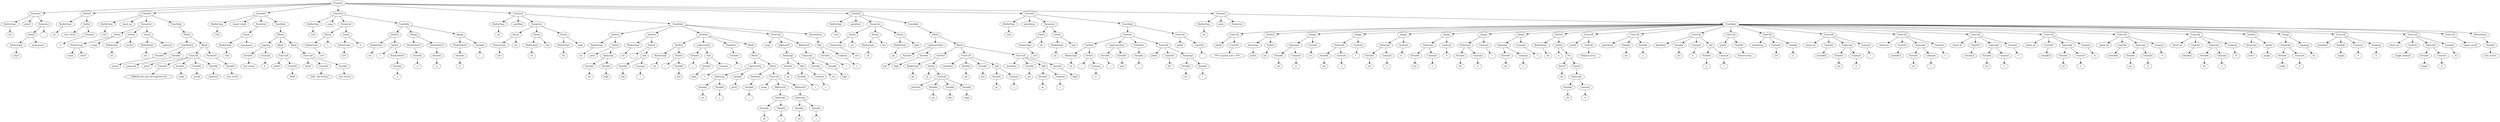
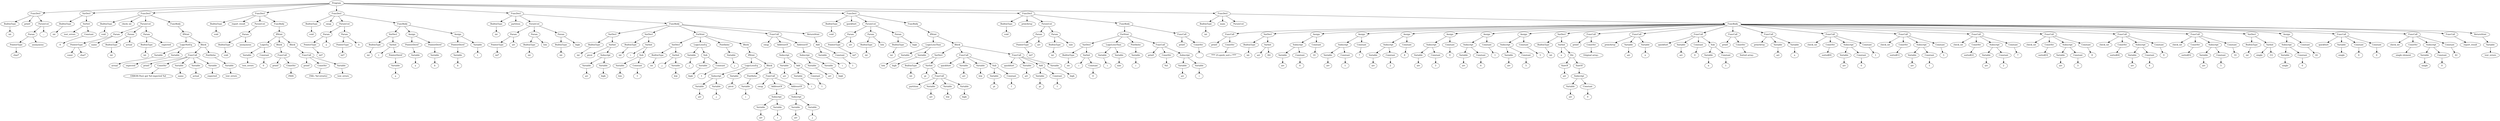
digraph {
Program [label = Program]
Program -> FuncDecl_0
FuncDecl_0 [label = FuncDecl]
FuncDecl_0 -> BuiltinType_1
BuiltinType_1 [label = BuiltinType]
"int_1" [label = "int"]
BuiltinType_1 -> "int_1"
printf_0[ label = printf]
FuncDecl_0 -> printf_0
FuncDecl_0 -> ParamList_2
ParamList_2 [label = ParamList]
ParamList_2 -> Param_3
Param_3 [label = Param]
Param_3 -> PointerType_4
PointerType_4 [label = PointerType]
"char*_4" [label = "char*"]
PointerType_4 -> "char*_4"
anonymous_3 [label = anonymous]
Param_3 -> anonymous_3
"..._2" [label = "..."]
ParamList_2 -> "..._2"
Program -> VarDecl_5
VarDecl_5 [label = VarDecl]
VarDecl_5 -> BuiltinType_6
BuiltinType_6 [label = BuiltinType]
"int_6" [label = "int"]
BuiltinType_6 -> "int_6"
VarDecl_5 -> VarInit_7
VarInit_7 [label = VarInit]
test_errors_7 [label = test_errors]
VarInit_7 -> test_errors_7
VarInit_7 -> Constant_8
Constant_8 [label = Constant]
int_8 [label = "0"]
Constant_8 -> int_8
Program -> FuncDecl_9
FuncDecl_9 [label = FuncDecl]
FuncDecl_9 -> BuiltinType_10
BuiltinType_10 [label = BuiltinType]
"void_10" [label = "void"]
BuiltinType_10 -> "void_10"
check_int_9[ label = check_int]
FuncDecl_9 -> check_int_9
FuncDecl_9 -> ParamList_11
ParamList_11 [label = ParamList]
ParamList_11 -> Param_12
Param_12 [label = Param]
Param_12 -> PointerType_13
PointerType_13 [label = PointerType]
const_13 [label = const]
PointerType_13 -> const_13
"char*_13" [label = "char*"]
PointerType_13 -> "char*_13"
name_12 [label = name]
Param_12 -> name_12
ParamList_11 -> Param_14
Param_14 [label = Param]
Param_14 -> BuiltinType_15
BuiltinType_15 [label = BuiltinType]
"int_15" [label = "int"]
BuiltinType_15 -> "int_15"
actual_14 [label = actual]
Param_14 -> actual_14
ParamList_11 -> Param_16
Param_16 [label = Param]
Param_16 -> BuiltinType_17
BuiltinType_17 [label = BuiltinType]
"int_17" [label = "int"]
BuiltinType_17 -> "int_17"
expected_16 [label = expected]
Param_16 -> expected_16
FuncDecl_9 -> FuncBody_18
FuncBody_18 [label = FuncBody]
FuncBody_18 -> IfStmt_19
IfStmt_19 [label = IfStmt]
IfStmt_19 -> LogicNotEq_20
LogicNotEq_20 [label = LogicNotEq]
LogicNotEq_20 -> Variable_21
Variable_21 [label = Variable]
actual_21 [label = actual]
Variable_21 -> actual_21
LogicNotEq_20 -> Variable_22
Variable_22 [label = Variable]
expected_22 [label = expected]
Variable_22 -> expected_22
IfStmt_19 -> Block_23
Block_23 [label = Block]
Block_23 -> FuncCall_24
FuncCall_24 [label = FuncCall]
printf_24[ label = printf]
FuncCall_24 -> printf_24
FuncCall_24 -> ConstStr_25
ConstStr_25 [label = ConstStr]
str_25 [label = "ERROR [%s]: got %d expected %d"]
ConstStr_25 -> str_25
FuncCall_24 -> Variable_26
Variable_26 [label = Variable]
name_26 [label = name]
Variable_26 -> name_26
FuncCall_24 -> Variable_27
Variable_27 [label = Variable]
actual_27 [label = actual]
Variable_27 -> actual_27
FuncCall_24 -> Variable_28
Variable_28 [label = Variable]
expected_28 [label = expected]
Variable_28 -> expected_28
Block_23 -> PostfixInc_29
PostfixInc_29 [label = PostfixInc]
PostfixInc_29 -> Variable_30
Variable_30 [label = Variable]
test_errors_30 [label = test_errors]
Variable_30 -> test_errors_30
Program -> FuncDecl_31
FuncDecl_31 [label = FuncDecl]
FuncDecl_31 -> BuiltinType_32
BuiltinType_32 [label = BuiltinType]
"void_32" [label = "void"]
BuiltinType_32 -> "void_32"
report_result_31[ label = report_result]
FuncDecl_31 -> report_result_31
FuncDecl_31 -> ParamList_33
ParamList_33 [label = ParamList]
ParamList_33 -> Param_34
Param_34 [label = Param]
Param_34 -> BuiltinType_35
BuiltinType_35 [label = BuiltinType]
"void_35" [label = "void"]
BuiltinType_35 -> "void_35"
anonymous_34 [label = anonymous]
Param_34 -> anonymous_34
FuncDecl_31 -> FuncBody_36
FuncBody_36 [label = FuncBody]
FuncBody_36 -> IfStmt_37
IfStmt_37 [label = IfStmt]
IfStmt_37 -> LogicEq_38
LogicEq_38 [label = LogicEq]
LogicEq_38 -> Variable_39
Variable_39 [label = Variable]
test_errors_39 [label = test_errors]
Variable_39 -> test_errors_39
LogicEq_38 -> Constant_40
Constant_40 [label = Constant]
int_40 [label = "0"]
Constant_40 -> int_40
IfStmt_37 -> Block_41
Block_41 [label = Block]
Block_41 -> FuncCall_42
FuncCall_42 [label = FuncCall]
printf_42[ label = printf]
FuncCall_42 -> printf_42
FuncCall_42 -> ConstStr_43
ConstStr_43 [label = ConstStr]
str_43 [label = "PASS"]
ConstStr_43 -> str_43
IfStmt_37 -> Block_44
Block_44 [label = Block]
Block_44 -> FuncCall_45
FuncCall_45 [label = FuncCall]
printf_45[ label = printf]
FuncCall_45 -> printf_45
FuncCall_45 -> ConstStr_46
ConstStr_46 [label = ConstStr]
str_46 [label = "FAIL: %d error(s)"]
ConstStr_46 -> str_46
FuncCall_45 -> Variable_47
Variable_47 [label = Variable]
test_errors_47 [label = test_errors]
Variable_47 -> test_errors_47
Program -> FuncDecl_48
FuncDecl_48 [label = FuncDecl]
FuncDecl_48 -> BuiltinType_49
BuiltinType_49 [label = BuiltinType]
"void_49" [label = "void"]
BuiltinType_49 -> "void_49"
swap_48[ label = swap]
FuncDecl_48 -> swap_48
FuncDecl_48 -> ParamList_50
ParamList_50 [label = ParamList]
ParamList_50 -> Param_51
Param_51 [label = Param]
Param_51 -> PointerType_52
PointerType_52 [label = PointerType]
"int*_52" [label = "int*"]
PointerType_52 -> "int*_52"
a_51 [label = a]
Param_51 -> a_51
ParamList_50 -> Param_53
Param_53 [label = Param]
Param_53 -> PointerType_54
PointerType_54 [label = PointerType]
"int*_54" [label = "int*"]
PointerType_54 -> "int*_54"
b_53 [label = b]
Param_53 -> b_53
FuncDecl_48 -> FuncBody_55
FuncBody_55 [label = FuncBody]
FuncBody_55 -> VarDecl_56
VarDecl_56 [label = VarDecl]
VarDecl_56 -> BuiltinType_57
BuiltinType_57 [label = BuiltinType]
"int_57" [label = "int"]
BuiltinType_57 -> "int_57"
VarDecl_56 -> VarInit_58
VarInit_58 [label = VarInit]
t_58 [label = t]
VarInit_58 -> t_58
VarInit_58 -> PointerDeref_59
PointerDeref_59 [label = PointerDeref]
PointerDeref_59 -> Variable_60
Variable_60 [label = Variable]
a_60 [label = a]
Variable_60 -> a_60
FuncBody_55 -> Assign_61
Assign_61 [label = Assign]
Assign_61 -> PointerDeref_62
PointerDeref_62 [label = PointerDeref]
PointerDeref_62 -> Variable_63
Variable_63 [label = Variable]
a_63 [label = a]
Variable_63 -> a_63
Assign_61 -> PointerDeref_64
PointerDeref_64 [label = PointerDeref]
PointerDeref_64 -> Variable_65
Variable_65 [label = Variable]
b_65 [label = b]
Variable_65 -> b_65
FuncBody_55 -> Assign_66
Assign_66 [label = Assign]
Assign_66 -> PointerDeref_67
PointerDeref_67 [label = PointerDeref]
PointerDeref_67 -> Variable_68
Variable_68 [label = Variable]
b_68 [label = b]
Variable_68 -> b_68
Assign_66 -> Variable_69
Variable_69 [label = Variable]
t_69 [label = t]
Variable_69 -> t_69
Program -> FuncDecl_70
FuncDecl_70 [label = FuncDecl]
FuncDecl_70 -> BuiltinType_71
BuiltinType_71 [label = BuiltinType]
"int_71" [label = "int"]
BuiltinType_71 -> "int_71"
partition_70[ label = partition]
FuncDecl_70 -> partition_70
FuncDecl_70 -> ParamList_72
ParamList_72 [label = ParamList]
ParamList_72 -> Param_73
Param_73 [label = Param]
Param_73 -> PointerType_74
PointerType_74 [label = PointerType]
"int*_74" [label = "int*"]
PointerType_74 -> "int*_74"
arr_73 [label = arr]
Param_73 -> arr_73
ParamList_72 -> Param_75
Param_75 [label = Param]
Param_75 -> BuiltinType_76
BuiltinType_76 [label = BuiltinType]
"int_76" [label = "int"]
BuiltinType_76 -> "int_76"
low_75 [label = low]
Param_75 -> low_75
ParamList_72 -> Param_77
Param_77 [label = Param]
Param_77 -> BuiltinType_78
BuiltinType_78 [label = BuiltinType]
"int_78" [label = "int"]
BuiltinType_78 -> "int_78"
high_77 [label = high]
Param_77 -> high_77
FuncDecl_70 -> FuncBody_79
FuncBody_79 [label = FuncBody]
FuncBody_79 -> VarDecl_80
VarDecl_80 [label = VarDecl]
VarDecl_80 -> BuiltinType_81
BuiltinType_81 [label = BuiltinType]
"int_81" [label = "int"]
BuiltinType_81 -> "int_81"
VarDecl_80 -> VarInit_82
VarInit_82 [label = VarInit]
pivot_82 [label = pivot]
VarInit_82 -> pivot_82
VarInit_82 -> Subscript_83
Subscript_83 [label = Subscript]
Subscript_83 -> Variable_84
Variable_84 [label = Variable]
arr_84 [label = arr]
Variable_84 -> arr_84
Subscript_83 -> Variable_85
Variable_85 [label = Variable]
high_85 [label = high]
Variable_85 -> high_85
FuncBody_79 -> VarDecl_86
VarDecl_86 [label = VarDecl]
VarDecl_86 -> BuiltinType_87
BuiltinType_87 [label = BuiltinType]
"int_87" [label = "int"]
BuiltinType_87 -> "int_87"
VarDecl_86 -> VarInit_88
VarInit_88 [label = VarInit]
i_88 [label = i]
VarInit_88 -> i_88
VarInit_88 -> Sub_89
Sub_89 [label = Sub]
Sub_89 -> Variable_90
Variable_90 [label = Variable]
low_90 [label = low]
Variable_90 -> low_90
Sub_89 -> Constant_91
Constant_91 [label = Constant]
int_91 [label = "1"]
Constant_91 -> int_91
FuncBody_79 -> ForStmt_92
ForStmt_92 [label = ForStmt]
ForStmt_92 -> VarDecl_93
VarDecl_93 [label = VarDecl]
VarDecl_93 -> BuiltinType_94
BuiltinType_94 [label = BuiltinType]
"int_94" [label = "int"]
BuiltinType_94 -> "int_94"
VarDecl_93 -> VarInit_95
VarInit_95 [label = VarInit]
j_95 [label = j]
VarInit_95 -> j_95
VarInit_95 -> Variable_96
Variable_96 [label = Variable]
low_96 [label = low]
Variable_96 -> low_96
ForStmt_92 -> LogicLessEq_97
LogicLessEq_97 [label = LogicLessEq]
LogicLessEq_97 -> Variable_98
Variable_98 [label = Variable]
j_98 [label = j]
Variable_98 -> j_98
LogicLessEq_97 -> Sub_99
Sub_99 [label = Sub]
Sub_99 -> Variable_100
Variable_100 [label = Variable]
high_100 [label = high]
Variable_100 -> high_100
Sub_99 -> Constant_101
Constant_101 [label = Constant]
int_101 [label = "1"]
Constant_101 -> int_101
ForStmt_92 -> PostfixInc_102
PostfixInc_102 [label = PostfixInc]
PostfixInc_102 -> Variable_103
Variable_103 [label = Variable]
j_103 [label = j]
Variable_103 -> j_103
ForStmt_92 -> Block_104
Block_104 [label = Block]
Block_104 -> IfStmt_105
IfStmt_105 [label = IfStmt]
IfStmt_105 -> LogicLessEq_106
LogicLessEq_106 [label = LogicLessEq]
LogicLessEq_106 -> Subscript_107
Subscript_107 [label = Subscript]
Subscript_107 -> Variable_108
Variable_108 [label = Variable]
arr_108 [label = arr]
Variable_108 -> arr_108
Subscript_107 -> Variable_109
Variable_109 [label = Variable]
j_109 [label = j]
Variable_109 -> j_109
LogicLessEq_106 -> Variable_110
Variable_110 [label = Variable]
pivot_110 [label = pivot]
Variable_110 -> pivot_110
IfStmt_105 -> Block_111
Block_111 [label = Block]
Block_111 -> PostfixInc_112
PostfixInc_112 [label = PostfixInc]
PostfixInc_112 -> Variable_113
Variable_113 [label = Variable]
i_113 [label = i]
Variable_113 -> i_113
Block_111 -> FuncCall_114
FuncCall_114 [label = FuncCall]
swap_114[ label = swap]
FuncCall_114 -> swap_114
FuncCall_114 -> AddressOf_115
AddressOf_115 [label = AddressOf]
AddressOf_115 -> Subscript_116
Subscript_116 [label = Subscript]
Subscript_116 -> Variable_117
Variable_117 [label = Variable]
arr_117 [label = arr]
Variable_117 -> arr_117
Subscript_116 -> Variable_118
Variable_118 [label = Variable]
i_118 [label = i]
Variable_118 -> i_118
FuncCall_114 -> AddressOf_119
AddressOf_119 [label = AddressOf]
AddressOf_119 -> Subscript_120
Subscript_120 [label = Subscript]
Subscript_120 -> Variable_121
Variable_121 [label = Variable]
arr_121 [label = arr]
Variable_121 -> arr_121
Subscript_120 -> Variable_122
Variable_122 [label = Variable]
j_122 [label = j]
Variable_122 -> j_122
FuncBody_79 -> FuncCall_123
FuncCall_123 [label = FuncCall]
swap_123[ label = swap]
FuncCall_123 -> swap_123
FuncCall_123 -> AddressOf_124
AddressOf_124 [label = AddressOf]
AddressOf_124 -> Subscript_125
Subscript_125 [label = Subscript]
Subscript_125 -> Variable_126
Variable_126 [label = Variable]
arr_126 [label = arr]
Variable_126 -> arr_126
Subscript_125 -> Add_127
Add_127 [label = Add]
Add_127 -> Variable_128
Variable_128 [label = Variable]
i_128 [label = i]
Variable_128 -> i_128
Add_127 -> Constant_129
Constant_129 [label = Constant]
int_129 [label = "1"]
Constant_129 -> int_129
FuncCall_123 -> AddressOf_130
AddressOf_130 [label = AddressOf]
AddressOf_130 -> Subscript_131
Subscript_131 [label = Subscript]
Subscript_131 -> Variable_132
Variable_132 [label = Variable]
arr_132 [label = arr]
Variable_132 -> arr_132
Subscript_131 -> Variable_133
Variable_133 [label = Variable]
high_133 [label = high]
Variable_133 -> high_133
FuncBody_79 -> ReturnStmt_134
ReturnStmt_134 [label = ReturnStmt]
ReturnStmt_134 -> Add_135
Add_135 [label = Add]
Add_135 -> Variable_136
Variable_136 [label = Variable]
i_136 [label = i]
Variable_136 -> i_136
Add_135 -> Constant_137
Constant_137 [label = Constant]
int_137 [label = "1"]
Constant_137 -> int_137
Program -> FuncDecl_138
FuncDecl_138 [label = FuncDecl]
FuncDecl_138 -> BuiltinType_139
BuiltinType_139 [label = BuiltinType]
"void_139" [label = "void"]
BuiltinType_139 -> "void_139"
quickSort_138[ label = quickSort]
FuncDecl_138 -> quickSort_138
FuncDecl_138 -> ParamList_140
ParamList_140 [label = ParamList]
ParamList_140 -> Param_141
Param_141 [label = Param]
Param_141 -> PointerType_142
PointerType_142 [label = PointerType]
"int*_142" [label = "int*"]
PointerType_142 -> "int*_142"
arr_141 [label = arr]
Param_141 -> arr_141
ParamList_140 -> Param_143
Param_143 [label = Param]
Param_143 -> BuiltinType_144
BuiltinType_144 [label = BuiltinType]
"int_144" [label = "int"]
BuiltinType_144 -> "int_144"
low_143 [label = low]
Param_143 -> low_143
ParamList_140 -> Param_145
Param_145 [label = Param]
Param_145 -> BuiltinType_146
BuiltinType_146 [label = BuiltinType]
"int_146" [label = "int"]
BuiltinType_146 -> "int_146"
high_145 [label = high]
Param_145 -> high_145
FuncDecl_138 -> FuncBody_147
FuncBody_147 [label = FuncBody]
FuncBody_147 -> IfStmt_148
IfStmt_148 [label = IfStmt]
IfStmt_148 -> LogicLessThan_149
LogicLessThan_149 [label = LogicLessThan]
LogicLessThan_149 -> Variable_150
Variable_150 [label = Variable]
low_150 [label = low]
Variable_150 -> low_150
LogicLessThan_149 -> Variable_151
Variable_151 [label = Variable]
high_151 [label = high]
Variable_151 -> high_151
IfStmt_148 -> Block_152
Block_152 [label = Block]
Block_152 -> VarDecl_153
VarDecl_153 [label = VarDecl]
VarDecl_153 -> BuiltinType_154
BuiltinType_154 [label = BuiltinType]
"int_154" [label = "int"]
BuiltinType_154 -> "int_154"
VarDecl_153 -> VarInit_155
VarInit_155 [label = VarInit]
pi_155 [label = pi]
VarInit_155 -> pi_155
VarInit_155 -> FuncCall_156
FuncCall_156 [label = FuncCall]
partition_156[ label = partition]
FuncCall_156 -> partition_156
FuncCall_156 -> Variable_157
Variable_157 [label = Variable]
arr_157 [label = arr]
Variable_157 -> arr_157
FuncCall_156 -> Variable_158
Variable_158 [label = Variable]
low_158 [label = low]
Variable_158 -> low_158
FuncCall_156 -> Variable_159
Variable_159 [label = Variable]
high_159 [label = high]
Variable_159 -> high_159
Block_152 -> FuncCall_160
FuncCall_160 [label = FuncCall]
quickSort_160[ label = quickSort]
FuncCall_160 -> quickSort_160
FuncCall_160 -> Variable_161
Variable_161 [label = Variable]
arr_161 [label = arr]
Variable_161 -> arr_161
FuncCall_160 -> Variable_162
Variable_162 [label = Variable]
low_162 [label = low]
Variable_162 -> low_162
FuncCall_160 -> Sub_163
Sub_163 [label = Sub]
Sub_163 -> Variable_164
Variable_164 [label = Variable]
pi_164 [label = pi]
Variable_164 -> pi_164
Sub_163 -> Constant_165
Constant_165 [label = Constant]
int_165 [label = "1"]
Constant_165 -> int_165
Block_152 -> FuncCall_166
FuncCall_166 [label = FuncCall]
quickSort_166[ label = quickSort]
FuncCall_166 -> quickSort_166
FuncCall_166 -> Variable_167
Variable_167 [label = Variable]
arr_167 [label = arr]
Variable_167 -> arr_167
FuncCall_166 -> Add_168
Add_168 [label = Add]
Add_168 -> Variable_169
Variable_169 [label = Variable]
pi_169 [label = pi]
Variable_169 -> pi_169
Add_168 -> Constant_170
Constant_170 [label = Constant]
int_170 [label = "1"]
Constant_170 -> int_170
FuncCall_166 -> Variable_171
Variable_171 [label = Variable]
high_171 [label = high]
Variable_171 -> high_171
Program -> FuncDecl_172
FuncDecl_172 [label = FuncDecl]
FuncDecl_172 -> BuiltinType_173
BuiltinType_173 [label = BuiltinType]
"void_173" [label = "void"]
BuiltinType_173 -> "void_173"
printArray_172[ label = printArray]
FuncDecl_172 -> printArray_172
FuncDecl_172 -> ParamList_174
ParamList_174 [label = ParamList]
ParamList_174 -> Param_175
Param_175 [label = Param]
Param_175 -> PointerType_176
PointerType_176 [label = PointerType]
"int*_176" [label = "int*"]
PointerType_176 -> "int*_176"
arr_175 [label = arr]
Param_175 -> arr_175
ParamList_174 -> Param_177
Param_177 [label = Param]
Param_177 -> BuiltinType_178
BuiltinType_178 [label = BuiltinType]
"int_178" [label = "int"]
BuiltinType_178 -> "int_178"
size_177 [label = size]
Param_177 -> size_177
FuncDecl_172 -> FuncBody_179
FuncBody_179 [label = FuncBody]
FuncBody_179 -> ForStmt_180
ForStmt_180 [label = ForStmt]
ForStmt_180 -> VarDecl_181
VarDecl_181 [label = VarDecl]
VarDecl_181 -> BuiltinType_182
BuiltinType_182 [label = BuiltinType]
"int_182" [label = "int"]
BuiltinType_182 -> "int_182"
VarDecl_181 -> VarInit_183
VarInit_183 [label = VarInit]
i_183 [label = i]
VarInit_183 -> i_183
VarInit_183 -> Constant_184
Constant_184 [label = Constant]
int_184 [label = "0"]
Constant_184 -> int_184
ForStmt_180 -> LogicLessThan_185
LogicLessThan_185 [label = LogicLessThan]
LogicLessThan_185 -> Variable_186
Variable_186 [label = Variable]
i_186 [label = i]
Variable_186 -> i_186
LogicLessThan_185 -> Variable_187
Variable_187 [label = Variable]
size_187 [label = size]
Variable_187 -> size_187
ForStmt_180 -> PostfixInc_188
PostfixInc_188 [label = PostfixInc]
PostfixInc_188 -> Variable_189
Variable_189 [label = Variable]
i_189 [label = i]
Variable_189 -> i_189
ForStmt_180 -> FuncCall_190
FuncCall_190 [label = FuncCall]
printf_190[ label = printf]
FuncCall_190 -> printf_190
FuncCall_190 -> ConstStr_191
ConstStr_191 [label = ConstStr]
str_191 [label = "%d "]
ConstStr_191 -> str_191
FuncCall_190 -> Subscript_192
Subscript_192 [label = Subscript]
Subscript_192 -> Variable_193
Variable_193 [label = Variable]
arr_193 [label = arr]
Variable_193 -> arr_193
Subscript_192 -> Variable_194
Variable_194 [label = Variable]
i_194 [label = i]
Variable_194 -> i_194
FuncBody_179 -> FuncCall_195
FuncCall_195 [label = FuncCall]
printf_195[ label = printf]
FuncCall_195 -> printf_195
FuncCall_195 -> ConstStr_196
ConstStr_196 [label = ConstStr]
str_196 [label = ""]
ConstStr_196 -> str_196
Program -> FuncDecl_197
FuncDecl_197 [label = FuncDecl]
FuncDecl_197 -> BuiltinType_198
BuiltinType_198 [label = BuiltinType]
"int_198" [label = "int"]
BuiltinType_198 -> "int_198"
main_197[ label = main]
FuncDecl_197 -> main_197
FuncDecl_197 -> ParamList_199
ParamList_199 [label = ParamList]
FuncDecl_197 -> FuncBody_200
FuncBody_200 [label = FuncBody]
FuncBody_200 -> FuncCall_201
FuncCall_201 [label = FuncCall]
printf_201[ label = printf]
FuncCall_201 -> printf_201
FuncCall_201 -> ConstStr_202
ConstStr_202 [label = ConstStr]
str_202 [label = "**** 25.quick_sort.c ****"]
ConstStr_202 -> str_202
FuncBody_200 -> VarDecl_203
VarDecl_203 [label = VarDecl]
- VarDecl_203 -> ArrayType_204
- ArrayType_204 [label = ArrayType]
- "int[6]_204" [label = "int[6]"]
- ArrayType_204 -> "int[6]_204"
+ VarDecl_203 -> BuiltinType_204
+ BuiltinType_204 [label = BuiltinType]
+ "int_204" [label = "int"]
+ BuiltinType_204 -> "int_204"
VarDecl_203 -> VarInit_205
VarInit_205 [label = VarInit]
arr_205 [label = arr]
VarInit_205 -> arr_205
+ bounds_205 [label = "[6]"]
+ VarInit_205 -> bounds_205
FuncBody_200 -> Assign_206
Assign_206 [label = Assign]
Assign_206 -> Subscript_207
Subscript_207 [label = Subscript]
Subscript_207 -> Variable_208
Variable_208 [label = Variable]
arr_208 [label = arr]
Variable_208 -> arr_208
Subscript_207 -> Constant_209
Constant_209 [label = Constant]
int_209 [label = "0"]
Constant_209 -> int_209
Assign_206 -> Constant_210
Constant_210 [label = Constant]
int_210 [label = "10"]
Constant_210 -> int_210
FuncBody_200 -> Assign_211
Assign_211 [label = Assign]
Assign_211 -> Subscript_212
Subscript_212 [label = Subscript]
Subscript_212 -> Variable_213
Variable_213 [label = Variable]
arr_213 [label = arr]
Variable_213 -> arr_213
Subscript_212 -> Constant_214
Constant_214 [label = Constant]
int_214 [label = "1"]
Constant_214 -> int_214
Assign_211 -> Constant_215
Constant_215 [label = Constant]
int_215 [label = "7"]
Constant_215 -> int_215
FuncBody_200 -> Assign_216
Assign_216 [label = Assign]
Assign_216 -> Subscript_217
Subscript_217 [label = Subscript]
Subscript_217 -> Variable_218
Variable_218 [label = Variable]
arr_218 [label = arr]
Variable_218 -> arr_218
Subscript_217 -> Constant_219
Constant_219 [label = Constant]
int_219 [label = "2"]
Constant_219 -> int_219
Assign_216 -> Constant_220
Constant_220 [label = Constant]
int_220 [label = "8"]
Constant_220 -> int_220
FuncBody_200 -> Assign_221
Assign_221 [label = Assign]
Assign_221 -> Subscript_222
Subscript_222 [label = Subscript]
Subscript_222 -> Variable_223
Variable_223 [label = Variable]
arr_223 [label = arr]
Variable_223 -> arr_223
Subscript_222 -> Constant_224
Constant_224 [label = Constant]
int_224 [label = "3"]
Constant_224 -> int_224
Assign_221 -> Constant_225
Constant_225 [label = Constant]
int_225 [label = "9"]
Constant_225 -> int_225
FuncBody_200 -> Assign_226
Assign_226 [label = Assign]
Assign_226 -> Subscript_227
Subscript_227 [label = Subscript]
Subscript_227 -> Variable_228
Variable_228 [label = Variable]
arr_228 [label = arr]
Variable_228 -> arr_228
Subscript_227 -> Constant_229
Constant_229 [label = Constant]
int_229 [label = "4"]
Constant_229 -> int_229
Assign_226 -> Constant_230
Constant_230 [label = Constant]
int_230 [label = "1"]
Constant_230 -> int_230
FuncBody_200 -> Assign_231
Assign_231 [label = Assign]
Assign_231 -> Subscript_232
Subscript_232 [label = Subscript]
Subscript_232 -> Variable_233
Variable_233 [label = Variable]
arr_233 [label = arr]
Variable_233 -> arr_233
Subscript_232 -> Constant_234
Constant_234 [label = Constant]
int_234 [label = "5"]
Constant_234 -> int_234
Assign_231 -> Constant_235
Constant_235 [label = Constant]
int_235 [label = "5"]
Constant_235 -> int_235
FuncBody_200 -> VarDecl_236
VarDecl_236 [label = VarDecl]
VarDecl_236 -> BuiltinType_237
BuiltinType_237 [label = BuiltinType]
"int_237" [label = "int"]
BuiltinType_237 -> "int_237"
VarDecl_236 -> VarInit_238
VarInit_238 [label = VarInit]
n_238 [label = n]
VarInit_238 -> n_238
VarInit_238 -> Div_239
Div_239 [label = Div]
Div_239 -> SizeOf_240
SizeOf_240 [label = SizeOf]
arr_240 [label = arr]
SizeOf_240 -> arr_240
Div_239 -> SizeOf_241
SizeOf_241 [label = SizeOf]
SizeOf_241 -> Subscript_242
Subscript_242 [label = Subscript]
Subscript_242 -> Variable_243
Variable_243 [label = Variable]
arr_243 [label = arr]
Variable_243 -> arr_243
Subscript_242 -> Constant_244
Constant_244 [label = Constant]
int_244 [label = "0"]
Constant_244 -> int_244
FuncBody_200 -> FuncCall_245
FuncCall_245 [label = FuncCall]
printf_245[ label = printf]
FuncCall_245 -> printf_245
FuncCall_245 -> ConstStr_246
ConstStr_246 [label = ConstStr]
str_246 [label = "Original array: "]
ConstStr_246 -> str_246
FuncBody_200 -> FuncCall_247
FuncCall_247 [label = FuncCall]
printArray_247[ label = printArray]
FuncCall_247 -> printArray_247
FuncCall_247 -> Variable_248
Variable_248 [label = Variable]
arr_248 [label = arr]
Variable_248 -> arr_248
FuncCall_247 -> Variable_249
Variable_249 [label = Variable]
n_249 [label = n]
Variable_249 -> n_249
FuncBody_200 -> FuncCall_250
FuncCall_250 [label = FuncCall]
quickSort_250[ label = quickSort]
FuncCall_250 -> quickSort_250
FuncCall_250 -> Variable_251
Variable_251 [label = Variable]
arr_251 [label = arr]
Variable_251 -> arr_251
FuncCall_250 -> Constant_252
Constant_252 [label = Constant]
int_252 [label = "0"]
Constant_252 -> int_252
FuncCall_250 -> Sub_253
Sub_253 [label = Sub]
Sub_253 -> Variable_254
Variable_254 [label = Variable]
n_254 [label = n]
Variable_254 -> n_254
Sub_253 -> Constant_255
Constant_255 [label = Constant]
int_255 [label = "1"]
Constant_255 -> int_255
FuncBody_200 -> FuncCall_256
FuncCall_256 [label = FuncCall]
printf_256[ label = printf]
FuncCall_256 -> printf_256
FuncCall_256 -> ConstStr_257
ConstStr_257 [label = ConstStr]
str_257 [label = "Sorted array: "]
ConstStr_257 -> str_257
FuncBody_200 -> FuncCall_258
FuncCall_258 [label = FuncCall]
printArray_258[ label = printArray]
FuncCall_258 -> printArray_258
FuncCall_258 -> Variable_259
Variable_259 [label = Variable]
arr_259 [label = arr]
Variable_259 -> arr_259
FuncCall_258 -> Variable_260
Variable_260 [label = Variable]
n_260 [label = n]
Variable_260 -> n_260
FuncBody_200 -> FuncCall_261
FuncCall_261 [label = FuncCall]
check_int_261[ label = check_int]
FuncCall_261 -> check_int_261
FuncCall_261 -> ConstStr_262
ConstStr_262 [label = ConstStr]
str_262 [label = "sorted[0]"]
ConstStr_262 -> str_262
FuncCall_261 -> Subscript_263
Subscript_263 [label = Subscript]
Subscript_263 -> Variable_264
Variable_264 [label = Variable]
arr_264 [label = arr]
Variable_264 -> arr_264
Subscript_263 -> Constant_265
Constant_265 [label = Constant]
int_265 [label = "0"]
Constant_265 -> int_265
FuncCall_261 -> Constant_266
Constant_266 [label = Constant]
int_266 [label = "1"]
Constant_266 -> int_266
FuncBody_200 -> FuncCall_267
FuncCall_267 [label = FuncCall]
check_int_267[ label = check_int]
FuncCall_267 -> check_int_267
FuncCall_267 -> ConstStr_268
ConstStr_268 [label = ConstStr]
str_268 [label = "sorted[1]"]
ConstStr_268 -> str_268
FuncCall_267 -> Subscript_269
Subscript_269 [label = Subscript]
Subscript_269 -> Variable_270
Variable_270 [label = Variable]
arr_270 [label = arr]
Variable_270 -> arr_270
Subscript_269 -> Constant_271
Constant_271 [label = Constant]
int_271 [label = "1"]
Constant_271 -> int_271
FuncCall_267 -> Constant_272
Constant_272 [label = Constant]
int_272 [label = "5"]
Constant_272 -> int_272
FuncBody_200 -> FuncCall_273
FuncCall_273 [label = FuncCall]
check_int_273[ label = check_int]
FuncCall_273 -> check_int_273
FuncCall_273 -> ConstStr_274
ConstStr_274 [label = ConstStr]
str_274 [label = "sorted[2]"]
ConstStr_274 -> str_274
FuncCall_273 -> Subscript_275
Subscript_275 [label = Subscript]
Subscript_275 -> Variable_276
Variable_276 [label = Variable]
arr_276 [label = arr]
Variable_276 -> arr_276
Subscript_275 -> Constant_277
Constant_277 [label = Constant]
int_277 [label = "2"]
Constant_277 -> int_277
FuncCall_273 -> Constant_278
Constant_278 [label = Constant]
int_278 [label = "7"]
Constant_278 -> int_278
FuncBody_200 -> FuncCall_279
FuncCall_279 [label = FuncCall]
check_int_279[ label = check_int]
FuncCall_279 -> check_int_279
FuncCall_279 -> ConstStr_280
ConstStr_280 [label = ConstStr]
str_280 [label = "sorted[3]"]
ConstStr_280 -> str_280
FuncCall_279 -> Subscript_281
Subscript_281 [label = Subscript]
Subscript_281 -> Variable_282
Variable_282 [label = Variable]
arr_282 [label = arr]
Variable_282 -> arr_282
Subscript_281 -> Constant_283
Constant_283 [label = Constant]
int_283 [label = "3"]
Constant_283 -> int_283
FuncCall_279 -> Constant_284
Constant_284 [label = Constant]
int_284 [label = "8"]
Constant_284 -> int_284
FuncBody_200 -> FuncCall_285
FuncCall_285 [label = FuncCall]
check_int_285[ label = check_int]
FuncCall_285 -> check_int_285
FuncCall_285 -> ConstStr_286
ConstStr_286 [label = ConstStr]
str_286 [label = "sorted[4]"]
ConstStr_286 -> str_286
FuncCall_285 -> Subscript_287
Subscript_287 [label = Subscript]
Subscript_287 -> Variable_288
Variable_288 [label = Variable]
arr_288 [label = arr]
Variable_288 -> arr_288
Subscript_287 -> Constant_289
Constant_289 [label = Constant]
int_289 [label = "4"]
Constant_289 -> int_289
FuncCall_285 -> Constant_290
Constant_290 [label = Constant]
int_290 [label = "9"]
Constant_290 -> int_290
FuncBody_200 -> FuncCall_291
FuncCall_291 [label = FuncCall]
check_int_291[ label = check_int]
FuncCall_291 -> check_int_291
FuncCall_291 -> ConstStr_292
ConstStr_292 [label = ConstStr]
str_292 [label = "sorted[5]"]
ConstStr_292 -> str_292
FuncCall_291 -> Subscript_293
Subscript_293 [label = Subscript]
Subscript_293 -> Variable_294
Variable_294 [label = Variable]
arr_294 [label = arr]
Variable_294 -> arr_294
Subscript_293 -> Constant_295
Constant_295 [label = Constant]
int_295 [label = "5"]
Constant_295 -> int_295
FuncCall_291 -> Constant_296
Constant_296 [label = Constant]
int_296 [label = "10"]
Constant_296 -> int_296
FuncBody_200 -> VarDecl_297
VarDecl_297 [label = VarDecl]
- VarDecl_297 -> ArrayType_298
- ArrayType_298 [label = ArrayType]
- "int[1]_298" [label = "int[1]"]
- ArrayType_298 -> "int[1]_298"
+ VarDecl_297 -> BuiltinType_298
+ BuiltinType_298 [label = BuiltinType]
+ "int_298" [label = "int"]
+ BuiltinType_298 -> "int_298"
VarDecl_297 -> VarInit_299
VarInit_299 [label = VarInit]
single_299 [label = single]
VarInit_299 -> single_299
+ bounds_299 [label = "[1]"]
+ VarInit_299 -> bounds_299
FuncBody_200 -> Assign_300
Assign_300 [label = Assign]
Assign_300 -> Subscript_301
Subscript_301 [label = Subscript]
Subscript_301 -> Variable_302
Variable_302 [label = Variable]
single_302 [label = single]
Variable_302 -> single_302
Subscript_301 -> Constant_303
Constant_303 [label = Constant]
int_303 [label = "0"]
Constant_303 -> int_303
Assign_300 -> Constant_304
Constant_304 [label = Constant]
int_304 [label = "42"]
Constant_304 -> int_304
FuncBody_200 -> FuncCall_305
FuncCall_305 [label = FuncCall]
quickSort_305[ label = quickSort]
FuncCall_305 -> quickSort_305
FuncCall_305 -> Variable_306
Variable_306 [label = Variable]
single_306 [label = single]
Variable_306 -> single_306
FuncCall_305 -> Constant_307
Constant_307 [label = Constant]
int_307 [label = "0"]
Constant_307 -> int_307
FuncCall_305 -> Constant_308
Constant_308 [label = Constant]
int_308 [label = "0"]
Constant_308 -> int_308
FuncBody_200 -> FuncCall_309
FuncCall_309 [label = FuncCall]
check_int_309[ label = check_int]
FuncCall_309 -> check_int_309
FuncCall_309 -> ConstStr_310
ConstStr_310 [label = ConstStr]
str_310 [label = "single element"]
ConstStr_310 -> str_310
FuncCall_309 -> Subscript_311
Subscript_311 [label = Subscript]
Subscript_311 -> Variable_312
Variable_312 [label = Variable]
single_312 [label = single]
Variable_312 -> single_312
Subscript_311 -> Constant_313
Constant_313 [label = Constant]
int_313 [label = "0"]
Constant_313 -> int_313
FuncCall_309 -> Constant_314
Constant_314 [label = Constant]
int_314 [label = "42"]
Constant_314 -> int_314
FuncBody_200 -> FuncCall_315
FuncCall_315 [label = FuncCall]
report_result_315[ label = report_result]
FuncCall_315 -> report_result_315
FuncBody_200 -> ReturnStmt_316
ReturnStmt_316 [label = ReturnStmt]
ReturnStmt_316 -> Variable_317
Variable_317 [label = Variable]
test_errors_317 [label = test_errors]
Variable_317 -> test_errors_317
}
